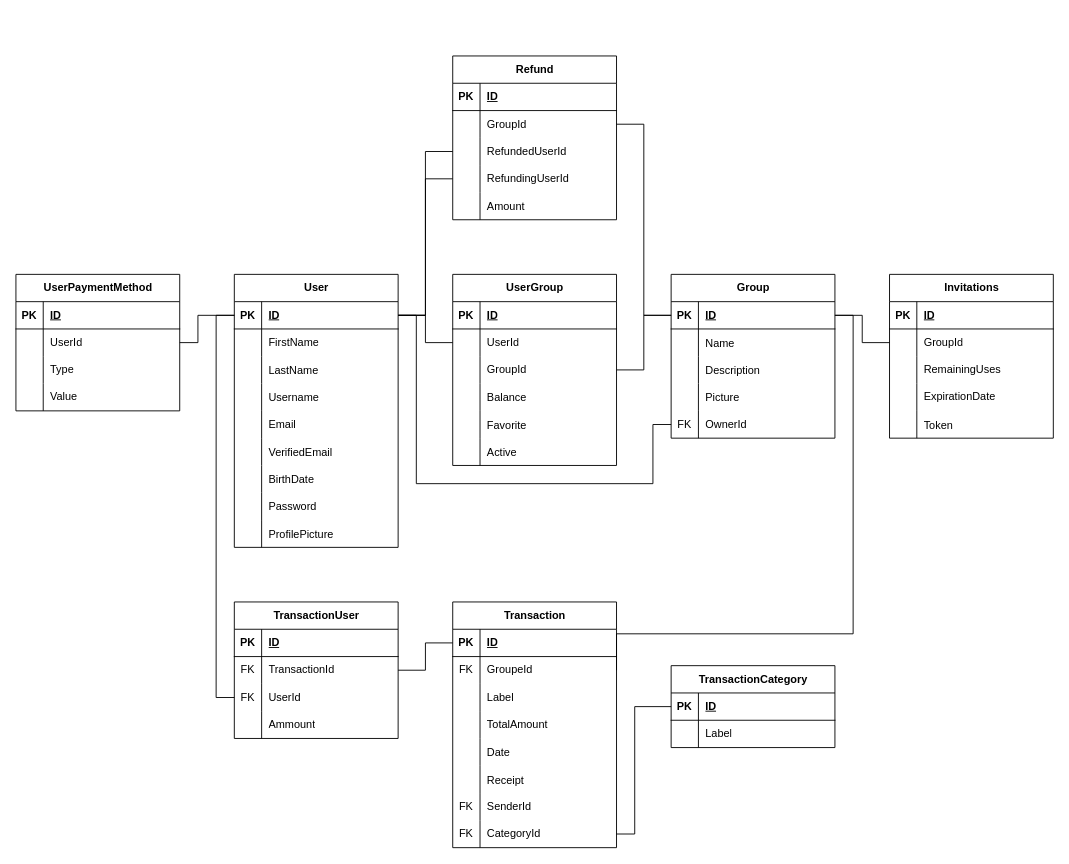
Titan327/3PROJ keeps this draw.io diagram as Other/Diagramme_BDD.drawio. Above is the earlier version. Source tidied: cells renumbered, new cells numbered last; positions are measured from the earlier drawing's top-left corner, leaving out a move shared by most shapes. Both pictures are drawn from the tidied source at 91%, with x=0, y=0 at pixel (15, 56).
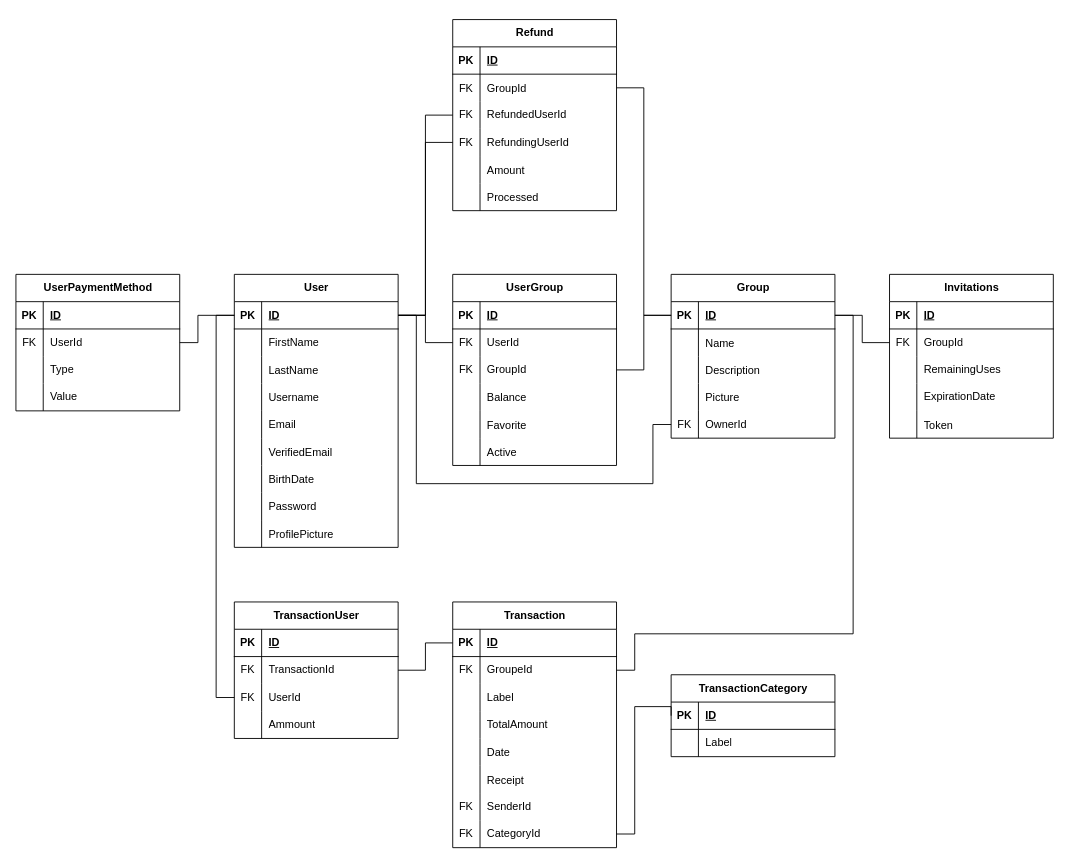
The same diagram, later.

The change refers to these unchanged cells:
```xml
<mxCell id="31" style="shape=tableRow;horizontal=0;startSize=0;swimlaneHead=0;swimlaneBody=0;fillColor=none;points=[[0,0.5],[1,0.5]];portConstraint=eastwest;top=0;left=0;right=0;bottom=1;" parent="30" vertex="1">
  <mxGeometry y="30" width="180" height="30" as="geometry" />
</mxCell>
<mxCell id="50" style="shape=tableRow;horizontal=0;startSize=0;swimlaneHead=0;swimlaneBody=0;fillColor=none;points=[[0,0.5],[1,0.5]];portConstraint=eastwest;top=0;left=0;right=0;bottom=0;" parent="46" vertex="1">
  <mxGeometry y="60" width="180" height="30" as="geometry" />
</mxCell>
<mxCell id="82" style="shape=tableRow;horizontal=0;startSize=0;swimlaneHead=0;swimlaneBody=0;fillColor=none;points=[[0,0.5],[1,0.5]];portConstraint=eastwest;top=0;left=0;right=0;bottom=0;" parent="78" vertex="1">
  <mxGeometry y="60" width="180" height="30" as="geometry" />
</mxCell>
<mxCell id="85" style="shape=tableRow;horizontal=0;startSize=0;swimlaneHead=0;swimlaneBody=0;fillColor=none;points=[[0,0.5],[1,0.5]];portConstraint=eastwest;top=0;left=0;right=0;bottom=0;" parent="78" vertex="1">
  <mxGeometry y="90" width="180" height="30" as="geometry" />
</mxCell>
<mxCell id="121" style="shape=tableRow;horizontal=0;startSize=0;swimlaneHead=0;swimlaneBody=0;fillColor=none;points=[[0,0.5],[1,0.5]];portConstraint=eastwest;top=0;left=0;right=0;bottom=0;" parent="117" vertex="1">
  <mxGeometry y="60" width="180" height="30" as="geometry" />
</mxCell>
<mxCell id="135" style="shape=tableRow;horizontal=0;startSize=0;swimlaneHead=0;swimlaneBody=0;fillColor=none;points=[[0,0.5],[1,0.5]];portConstraint=eastwest;top=0;left=0;right=0;bottom=0;" parent="131" vertex="1">
  <mxGeometry y="60" width="180" height="30" as="geometry" />
</mxCell>
<mxCell id="152" style="shape=tableRow;horizontal=0;startSize=0;swimlaneHead=0;swimlaneBody=0;fillColor=none;points=[[0,0.5],[1,0.5]];portConstraint=eastwest;top=0;left=0;right=0;bottom=0;" parent="148" vertex="1">
  <mxGeometry y="60" width="180" height="30" as="geometry" />
</mxCell>
<mxCell id="155" style="shape=tableRow;horizontal=0;startSize=0;swimlaneHead=0;swimlaneBody=0;fillColor=none;points=[[0,0.5],[1,0.5]];portConstraint=eastwest;top=0;left=0;right=0;bottom=0;" parent="148" vertex="1">
  <mxGeometry y="90" width="180" height="30" as="geometry" />
</mxCell>
<mxCell id="158" style="shape=tableRow;horizontal=0;startSize=0;swimlaneHead=0;swimlaneBody=0;fillColor=none;points=[[0,0.5],[1,0.5]];portConstraint=eastwest;top=0;left=0;right=0;bottom=0;" parent="148" vertex="1">
  <mxGeometry y="120" width="180" height="30" as="geometry" />
</mxCell>
```

The edit, as a diff of the source:
```diff
@@
     <mxCell id="71" value="TransactionCategory" style="shape=table;startSize=30;childLayout=tableLayout;rowLines=0;fontStyle=1;align=center;html=1;" parent="1" vertex="1">
-      <mxGeometry x="720" y="670" width="180" height="90" as="geometry" />
+      <mxGeometry x="720" y="680" width="180" height="90" as="geometry" />
     </mxCell>
@@
-    <mxCell id="83" style="shape=partialRectangle;fillColor=none;top=0;left=0;bottom=0;right=0;overflow=hidden;whiteSpace=wrap;html=1;" parent="82" vertex="1">
+    <mxCell id="83" value="FK" style="shape=partialRectangle;fillColor=none;top=0;left=0;bottom=0;right=0;overflow=hidden;whiteSpace=wrap;html=1;" parent="82" vertex="1">
       <mxGeometry width="30" height="30" as="geometry" />
     </mxCell>
@@
-    <mxCell id="86" style="shape=partialRectangle;fillColor=none;top=0;left=0;bottom=0;right=0;overflow=hidden;whiteSpace=wrap;html=1;" parent="85" vertex="1">
+    <mxCell id="86" value="FK" style="shape=partialRectangle;fillColor=none;top=0;left=0;bottom=0;right=0;overflow=hidden;whiteSpace=wrap;html=1;" parent="85" vertex="1">
       <mxGeometry width="30" height="30" as="geometry" />
     </mxCell>
@@
     <mxCell id="100" style="endArrow=none;html=1;rounded=0;exitX=1;exitY=0.5;exitDx=0;exitDy=0;entryX=1;entryY=0.5;entryDx=0;entryDy=0;edgeStyle=orthogonalEdgeStyle;" parent="1" edge="1" source="50" target="31">
       <mxGeometry relative="1" as="geometry">
         <Array as="points">
+          <mxPoint x="680" y="675" />
+          <mxPoint x="680" y="635" />
           <mxPoint x="920" y="635" />
           <mxPoint x="920" y="285" />
         </Array>
       </mxGeometry>
     </mxCell>
@@
-    <mxCell id="122" style="shape=partialRectangle;fillColor=none;top=0;left=0;bottom=0;right=0;overflow=hidden;whiteSpace=wrap;html=1;" parent="121" vertex="1">
+    <mxCell id="122" value="FK" style="shape=partialRectangle;fillColor=none;top=0;left=0;bottom=0;right=0;overflow=hidden;whiteSpace=wrap;html=1;" parent="121" vertex="1">
       <mxGeometry width="30" height="30" as="geometry" />
     </mxCell>
@@
-    <mxCell id="136" style="shape=partialRectangle;fillColor=none;top=0;left=0;bottom=0;right=0;overflow=hidden;whiteSpace=wrap;html=1;" parent="135" vertex="1">
+    <mxCell id="136" value="FK" style="shape=partialRectangle;fillColor=none;top=0;left=0;bottom=0;right=0;overflow=hidden;whiteSpace=wrap;html=1;" parent="135" vertex="1">
       <mxGeometry width="30" height="30" as="geometry" />
     </mxCell>
@@
     <mxCell id="148" value="&lt;pre&gt;&lt;span style=&quot;font-family: Helvetica; white-space-collapse: collapse;&quot;&gt;Refund&lt;/span&gt;&lt;br&gt;&lt;/pre&gt;" style="shape=table;startSize=30;childLayout=tableLayout;rowLines=0;fontStyle=1;align=center;html=1;" parent="1" vertex="1">
-      <mxGeometry x="480" width="180" height="180" as="geometry" />
+      <mxGeometry x="480" y="-40" width="180" height="210" as="geometry" />
     </mxCell>
@@
-    <mxCell id="153" style="shape=partialRectangle;fillColor=none;top=0;left=0;bottom=0;right=0;overflow=hidden;" parent="152" vertex="1">
+    <mxCell id="153" value="FK" style="shape=partialRectangle;fillColor=none;top=0;left=0;bottom=0;right=0;overflow=hidden;" parent="152" vertex="1">
       <mxGeometry width="30" height="30" as="geometry" />
     </mxCell>
@@
-    <mxCell id="156" style="shape=partialRectangle;fillColor=none;top=0;left=0;bottom=0;right=0;overflow=hidden;whiteSpace=wrap;html=1;" parent="155" vertex="1">
+    <mxCell id="156" value="FK" style="shape=partialRectangle;fillColor=none;top=0;left=0;bottom=0;right=0;overflow=hidden;whiteSpace=wrap;html=1;" parent="155" vertex="1">
       <mxGeometry width="30" height="30" as="geometry" />
     </mxCell>
@@
-    <mxCell id="159" style="shape=partialRectangle;fillColor=none;top=0;left=0;bottom=0;right=0;overflow=hidden;whiteSpace=wrap;html=1;" parent="158" vertex="1">
+    <mxCell id="159" value="FK" style="shape=partialRectangle;fillColor=none;top=0;left=0;bottom=0;right=0;overflow=hidden;whiteSpace=wrap;html=1;" parent="158" vertex="1">
       <mxGeometry width="30" height="30" as="geometry" />
     </mxCell>
@@
+    <mxCell id="167" style="shape=tableRow;horizontal=0;startSize=0;swimlaneHead=0;swimlaneBody=0;fillColor=none;top=0;left=0;right=0;bottom=0;" parent="148" vertex="1">
+      <mxGeometry y="180" width="180" height="30" as="geometry" />
+    </mxCell>
+    <mxCell id="168" style="shape=partialRectangle;fillColor=none;top=0;left=0;bottom=0;right=0;overflow=hidden;" parent="167" vertex="1">
+      <mxGeometry width="30" height="30" as="geometry" />
+    </mxCell>
+    <mxCell id="169" value="Processed" style="shape=partialRectangle;fillColor=none;top=0;left=0;bottom=0;right=0;align=left;spacingLeft=6;overflow=hidden;" parent="167" vertex="1">
+      <mxGeometry x="30" width="150" height="30" as="geometry" />
+    </mxCell>
```
